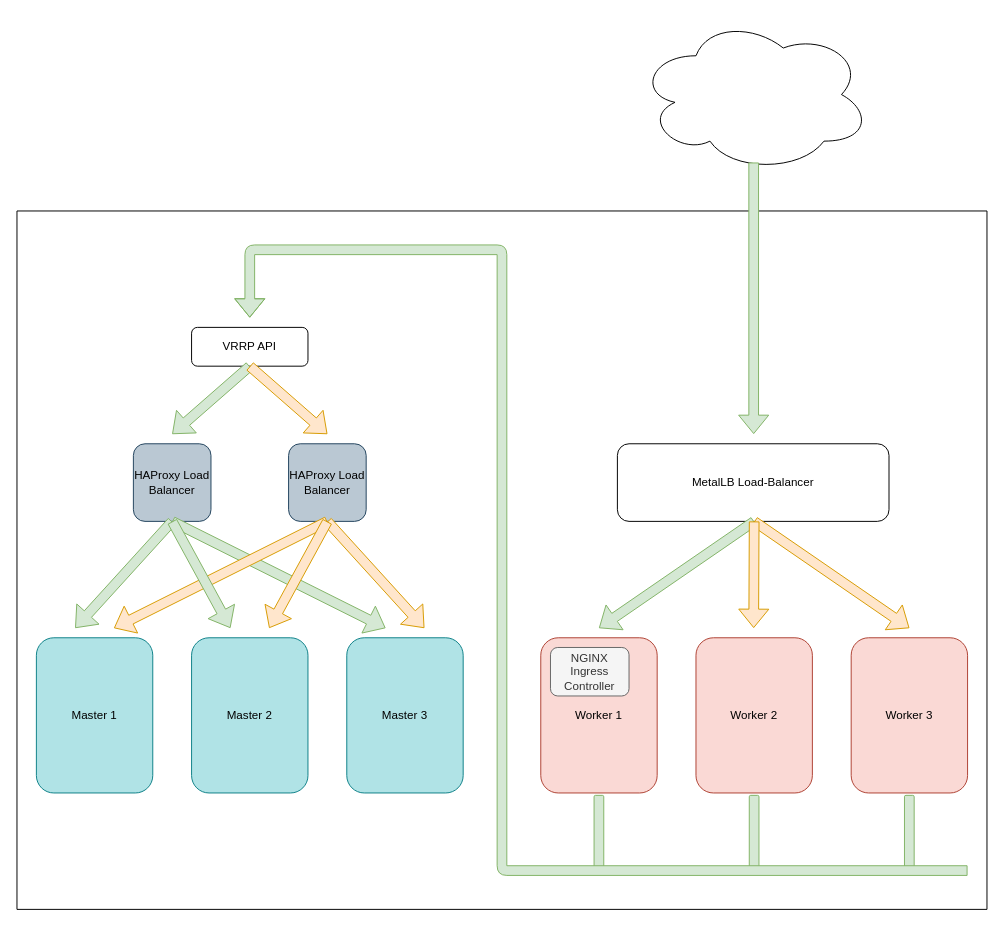
The draw.io diagram src/Bare-Metal-Kube-src.drawio in doublez13/Bare-Metal-Kubernetes-Setup, before the edit. Source tidied: cells renumbered, new cells numbered last; positions are measured from the earlier drawing's top-left corner, leaving out a move shared by most shapes. Both pictures are drawn from the tidied source at 97%, with x=0, y=0 at pixel (16, 16).
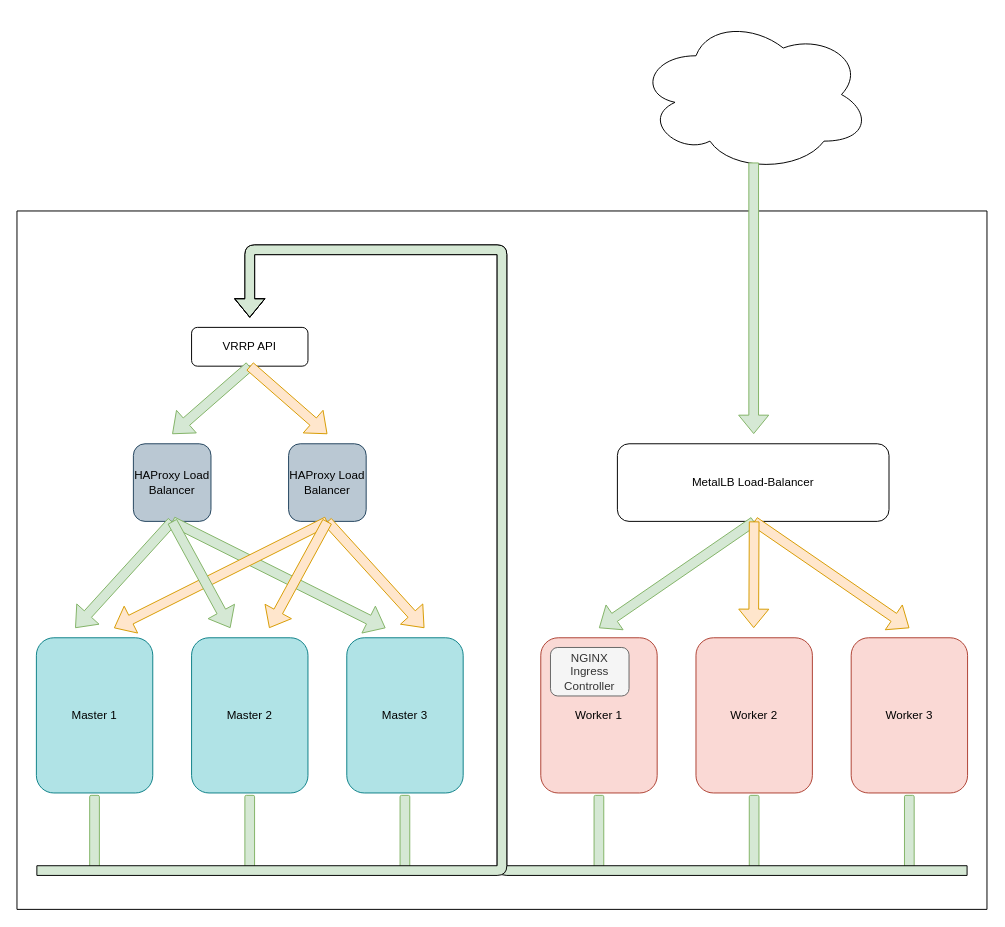
The same page after the edit.

Diff of the diagram source:
```diff
@@
-    <mxCell id="26" style="shape=flexArrow;endArrow=classic;html=1;fillColor=#d5e8d4;strokeColor=#82b366;" parent="1" edge="1">
-      <mxGeometry relative="1" as="geometry">
-        <mxPoint x="980" y="880" as="sourcePoint" />
-        <mxPoint x="240" y="310" as="targetPoint" />
-        <Array as="points">
-          <mxPoint x="500" y="880" />
-          <mxPoint x="500" y="240" />
-          <mxPoint x="240" y="240" />
-        </Array>
-      </mxGeometry>
-    </mxCell>
@@
+    <mxCell id="34" style="whiteSpace=wrap;html=1;rotation=-90;fillColor=#d5e8d4;strokeColor=#82b366;rounded=1;" parent="1" vertex="1">
+      <mxGeometry x="361.2" y="836.2" width="77.5" height="10" as="geometry" />
+    </mxCell>
+    <mxCell id="35" style="whiteSpace=wrap;html=1;rotation=-90;fillColor=#d5e8d4;strokeColor=#82b366;rounded=1;" parent="1" vertex="1">
+      <mxGeometry x="201.2" y="836.2" width="77.5" height="10" as="geometry" />
+    </mxCell>
+    <mxCell id="36" style="whiteSpace=wrap;html=1;rotation=-90;fillColor=#d5e8d4;strokeColor=#82b366;rounded=1;" parent="1" vertex="1">
+      <mxGeometry x="41.2" y="836.2" width="77.5" height="10" as="geometry" />
+    </mxCell>
+    <mxCell id="37" style="shape=flexArrow;endArrow=classic;html=1;fillColor=#d5e8d4;" parent="1" edge="1">
+      <mxGeometry relative="1" as="geometry">
+        <mxPoint x="980" y="880" as="sourcePoint" />
+        <mxPoint x="240" y="310" as="targetPoint" />
+        <Array as="points">
+          <mxPoint x="500" y="880" />
+          <mxPoint x="500" y="240" />
+          <mxPoint x="240" y="240" />
+        </Array>
+      </mxGeometry>
+    </mxCell>
+    <mxCell id="38" style="shape=flexArrow;endArrow=classic;html=1;fillColor=#d5e8d4;" parent="1" edge="1">
+      <mxGeometry relative="1" as="geometry">
+        <mxPoint x="20" y="880" as="sourcePoint" />
+        <mxPoint x="240" y="310" as="targetPoint" />
+        <Array as="points">
+          <mxPoint x="500" y="880" />
+          <mxPoint x="500" y="240" />
+          <mxPoint x="240" y="240" />
+        </Array>
+      </mxGeometry>
+    </mxCell>
```
